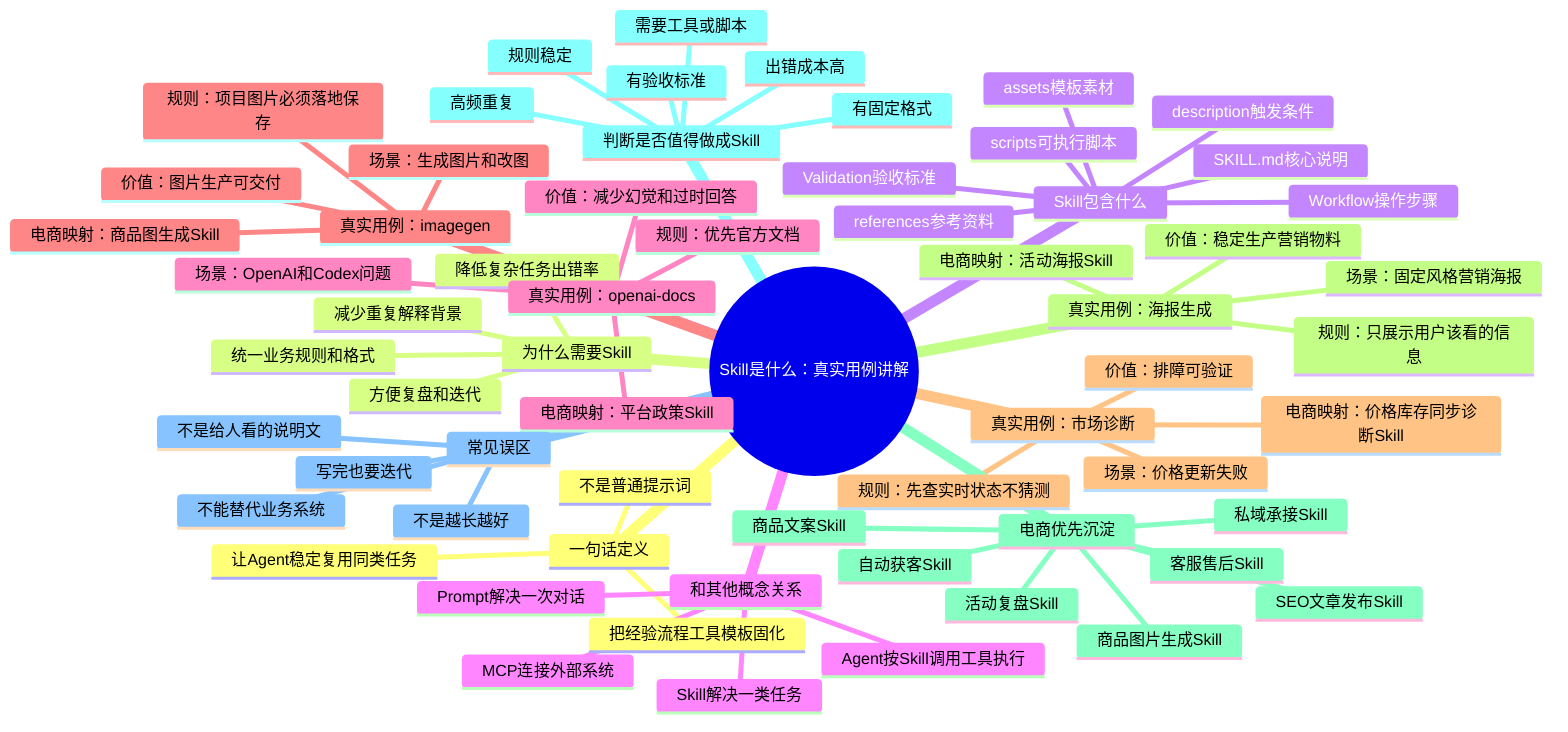
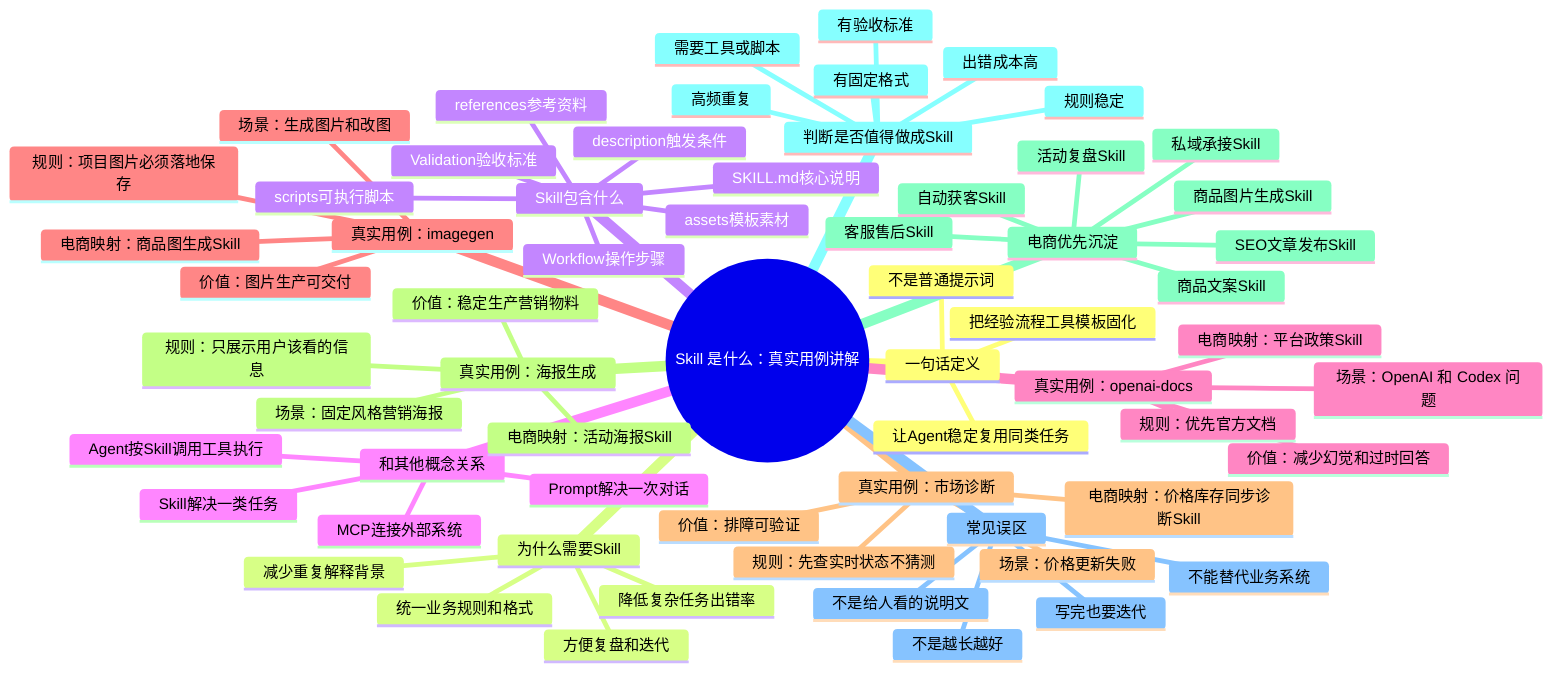
mindmap
-   root((Skill是什么：真实用例讲解))
+   root((Skill 是什么：真实用例讲解))
    一句话定义
      把经验流程工具模板固化
      让Agent稳定复用同类任务
      不是普通提示词
    为什么需要Skill
      减少重复解释背景
      统一业务规则和格式
      降低复杂任务出错率
      方便复盘和迭代
    Skill包含什么
      SKILL.md核心说明
      description触发条件
      Workflow操作步骤
      scripts可执行脚本
      references参考资料
      assets模板素材
      Validation验收标准
    和其他概念关系
      Prompt解决一次对话
      Skill解决一类任务
      MCP连接外部系统
      Agent按Skill调用工具执行
    真实用例：openai-docs
-       场景：OpenAI和Codex问题
+       场景：OpenAI 和 Codex 问题
      规则：优先官方文档
      价值：减少幻觉和过时回答
      电商映射：平台政策Skill
    真实用例：imagegen
      场景：生成图片和改图
      规则：项目图片必须落地保存
      价值：图片生产可交付
      电商映射：商品图生成Skill
    真实用例：市场诊断
      场景：价格更新失败
      规则：先查实时状态不猜测
      价值：排障可验证
      电商映射：价格库存同步诊断Skill
    真实用例：海报生成
      场景：固定风格营销海报
      规则：只展示用户该看的信息
      价值：稳定生产营销物料
      电商映射：活动海报Skill
    电商优先沉淀
      商品文案Skill
      SEO文章发布Skill
      商品图片生成Skill
      自动获客Skill
      私域承接Skill
      客服售后Skill
      活动复盘Skill
    判断是否值得做成Skill
      高频重复
      规则稳定
      有固定格式
      有验收标准
      出错成本高
      需要工具或脚本
    常见误区
      不是越长越好
      不能替代业务系统
      写完也要迭代
      不是给人看的说明文
